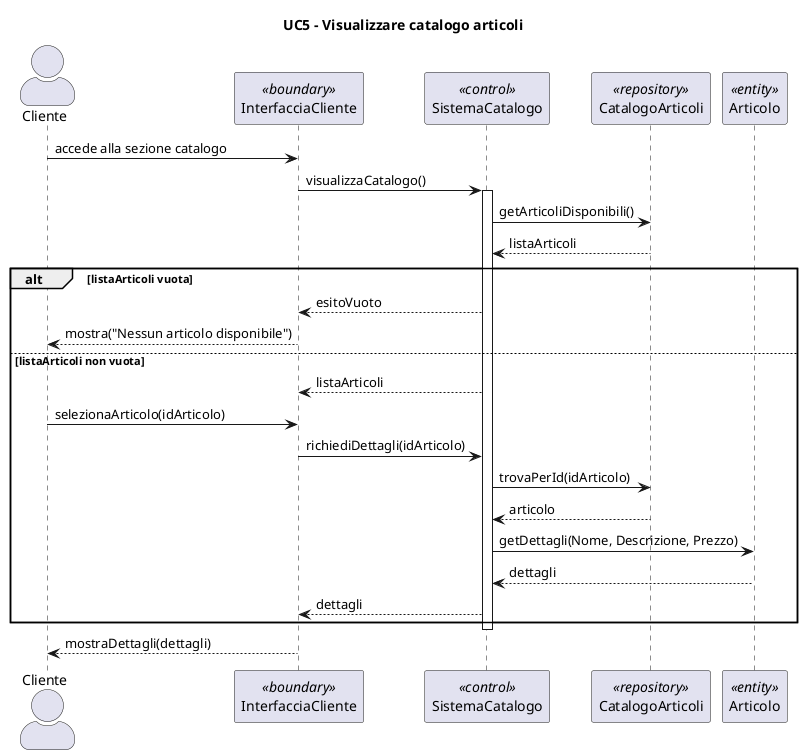
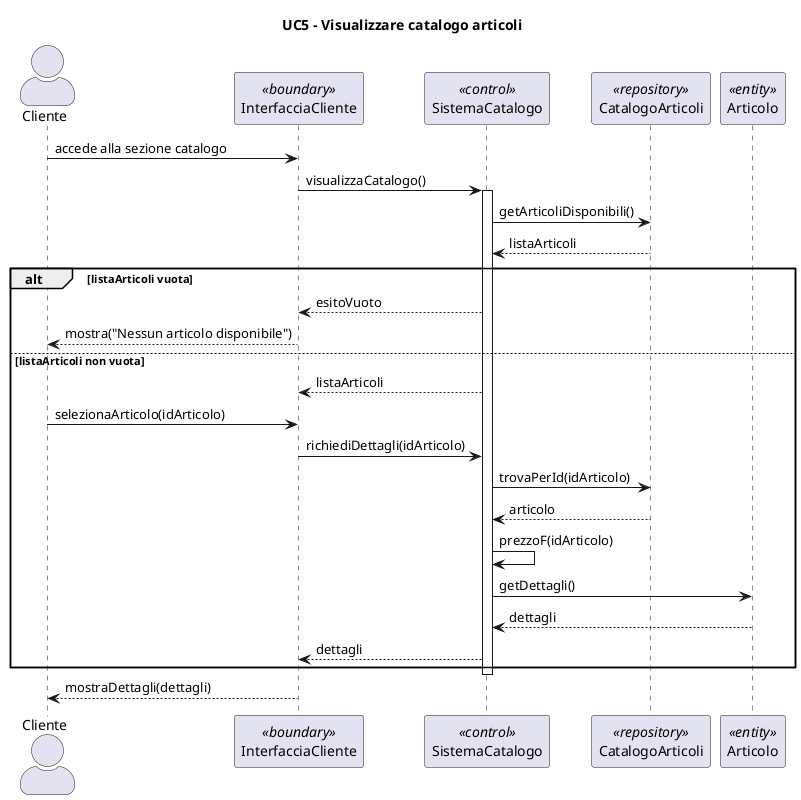
@startuml
skinparam actorStyle awesome
title UC5 - Visualizzare catalogo articoli

actor Cliente
participant "InterfacciaCliente" <<boundary>>
participant "SistemaCatalogo" <<control>>
participant "CatalogoArticoli" <<repository>>
participant "Articolo" <<entity>>

Cliente -> "InterfacciaCliente" : accede alla sezione catalogo
"InterfacciaCliente" -> "SistemaCatalogo" : visualizzaCatalogo()

activate "SistemaCatalogo"
- 

"SistemaCatalogo" -> "CatalogoArticoli" : getArticoliDisponibili()
"CatalogoArticoli" --> "SistemaCatalogo" : listaArticoli

alt listaArticoli vuota
    "SistemaCatalogo" --> "InterfacciaCliente" : esitoVuoto
    "InterfacciaCliente"--> Cliente : mostra("Nessun articolo disponibile")
else listaArticoli non vuota
    "SistemaCatalogo" --> "InterfacciaCliente" : listaArticoli

    Cliente -> "InterfacciaCliente" : selezionaArticolo(idArticolo)
    "InterfacciaCliente" -> "SistemaCatalogo" : richiediDettagli(idArticolo)

    "SistemaCatalogo" -> "CatalogoArticoli" : trovaPerId(idArticolo)
    "CatalogoArticoli" --> "SistemaCatalogo" : articolo

-     "SistemaCatalogo" -> "Articolo" : getDettagli(Nome, Descrizione, Prezzo)
+ 
+     "SistemaCatalogo" -> "SistemaCatalogo" : prezzoF(idArticolo)
+ 
+ 
+     "SistemaCatalogo" -> "Articolo" : getDettagli()
    "Articolo" --> "SistemaCatalogo" : dettagli

    "SistemaCatalogo" --> "InterfacciaCliente" : dettagli
end

deactivate "SistemaCatalogo"

"InterfacciaCliente" --> Cliente : mostraDettagli(dettagli)

@enduml